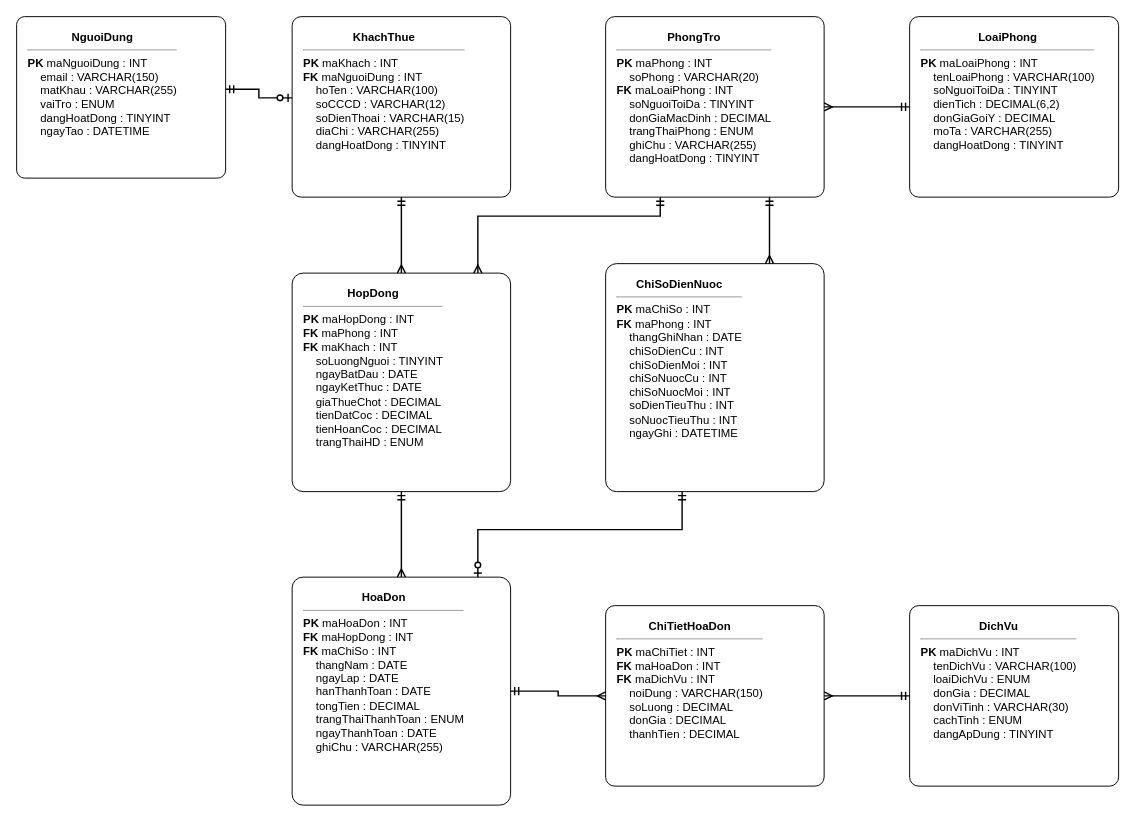
hai281104/TTCN_PhongTro keeps this draw.io diagram as quan_ly_nha_tro_erd.drawio. Above is the earlier version. Source tidied: cells renumbered, new cells numbered last; positions are measured from the earlier drawing's top-left corner, leaving out a move shared by most shapes. Both pictures are drawn from the tidied source at 95%, with x=0, y=0 at pixel (16, 16).
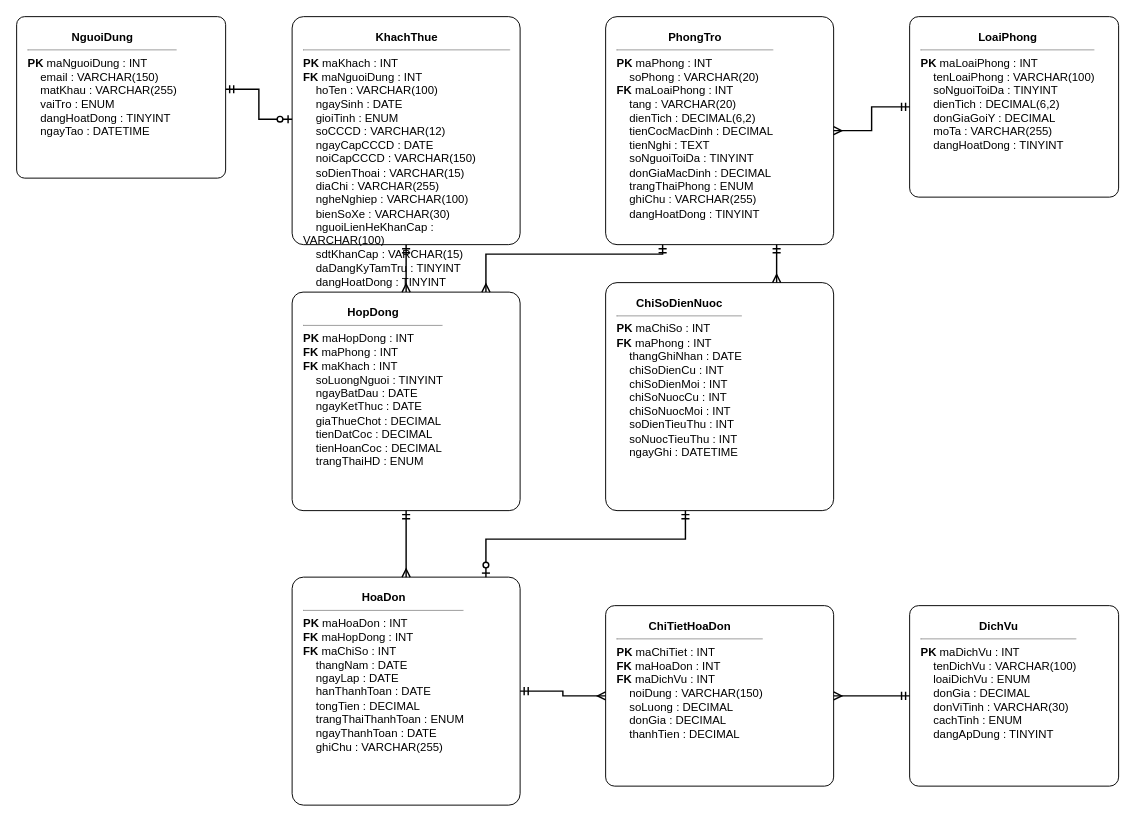
The same diagram, later.

Diff of the diagram source:
```diff
@@
-    <mxCell id="3" value="&lt;center&gt;&lt;b&gt;KhachThue&lt;/b&gt;&lt;/center&gt;&lt;hr size=&quot;1&quot;/&gt;&lt;b&gt;PK&lt;/b&gt; maKhach : INT&lt;br/&gt;&lt;b&gt;FK&lt;/b&gt; maNguoiDung : INT&lt;br/&gt;&amp;nbsp;&amp;nbsp;&amp;nbsp;&amp;nbsp;hoTen : VARCHAR(100)&lt;br/&gt;&amp;nbsp;&amp;nbsp;&amp;nbsp;&amp;nbsp;soCCCD : VARCHAR(12)&lt;br/&gt;&amp;nbsp;&amp;nbsp;&amp;nbsp;&amp;nbsp;soDienThoai : VARCHAR(15)&lt;br/&gt;&amp;nbsp;&amp;nbsp;&amp;nbsp;&amp;nbsp;diaChi : VARCHAR(255)&lt;br/&gt;&amp;nbsp;&amp;nbsp;&amp;nbsp;&amp;nbsp;dangHoatDong : TINYINT" style="rounded=1;arcSize=5;whiteSpace=wrap;html=1;align=left;verticalAlign=top;fillColor=#ffffff;strokeColor=#000000;strokeWidth=1;spacingLeft=10;spacingRight=10;spacingTop=8;spacingBottom=8;" parent="1" vertex="1">
-      <mxGeometry x="290" width="230" height="190" as="geometry" />
+    <mxCell id="3" value="&lt;center&gt;&lt;b&gt;KhachThue&lt;/b&gt;&lt;/center&gt;&lt;hr size=&quot;1&quot;/&gt;&lt;b&gt;PK&lt;/b&gt; maKhach : INT&lt;br/&gt;&lt;b&gt;FK&lt;/b&gt; maNguoiDung : INT&lt;br/&gt;&amp;nbsp;&amp;nbsp;&amp;nbsp;&amp;nbsp;hoTen : VARCHAR(100)&lt;br/&gt;&amp;nbsp;&amp;nbsp;&amp;nbsp;&amp;nbsp;ngaySinh : DATE&lt;br/&gt;&amp;nbsp;&amp;nbsp;&amp;nbsp;&amp;nbsp;gioiTinh : ENUM&lt;br/&gt;&amp;nbsp;&amp;nbsp;&amp;nbsp;&amp;nbsp;soCCCD : VARCHAR(12)&lt;br/&gt;&amp;nbsp;&amp;nbsp;&amp;nbsp;&amp;nbsp;ngayCapCCCD : DATE&lt;br/&gt;&amp;nbsp;&amp;nbsp;&amp;nbsp;&amp;nbsp;noiCapCCCD : VARCHAR(150)&lt;br/&gt;&amp;nbsp;&amp;nbsp;&amp;nbsp;&amp;nbsp;soDienThoai : VARCHAR(15)&lt;br/&gt;&amp;nbsp;&amp;nbsp;&amp;nbsp;&amp;nbsp;diaChi : VARCHAR(255)&lt;br/&gt;&amp;nbsp;&amp;nbsp;&amp;nbsp;&amp;nbsp;ngheNghiep : VARCHAR(100)&lt;br/&gt;&amp;nbsp;&amp;nbsp;&amp;nbsp;&amp;nbsp;bienSoXe : VARCHAR(30)&lt;br/&gt;&amp;nbsp;&amp;nbsp;&amp;nbsp;&amp;nbsp;nguoiLienHeKhanCap : VARCHAR(100)&lt;br/&gt;&amp;nbsp;&amp;nbsp;&amp;nbsp;&amp;nbsp;sdtKhanCap : VARCHAR(15)&lt;br/&gt;&amp;nbsp;&amp;nbsp;&amp;nbsp;&amp;nbsp;daDangKyTamTru : TINYINT&lt;br/&gt;&amp;nbsp;&amp;nbsp;&amp;nbsp;&amp;nbsp;dangHoatDong : TINYINT" style="rounded=1;arcSize=5;whiteSpace=wrap;html=1;align=left;verticalAlign=top;fillColor=#ffffff;strokeColor=#000000;strokeWidth=1;spacingLeft=10;spacingRight=10;spacingTop=8;spacingBottom=8;" parent="1" vertex="1">
+      <mxGeometry x="290" width="240" height="240" as="geometry" />
     </mxCell>
-    <mxCell id="4" value="&lt;center&gt;&lt;b&gt;PhongTro&lt;/b&gt;&lt;/center&gt;&lt;hr size=&quot;1&quot;/&gt;&lt;b&gt;PK&lt;/b&gt; maPhong : INT&lt;br/&gt;&amp;nbsp;&amp;nbsp;&amp;nbsp;&amp;nbsp;soPhong : VARCHAR(20)&lt;br/&gt;&lt;b&gt;FK&lt;/b&gt; maLoaiPhong : INT&lt;br/&gt;&amp;nbsp;&amp;nbsp;&amp;nbsp;&amp;nbsp;soNguoiToiDa : TINYINT&lt;br/&gt;&amp;nbsp;&amp;nbsp;&amp;nbsp;&amp;nbsp;donGiaMacDinh : DECIMAL&lt;br/&gt;&amp;nbsp;&amp;nbsp;&amp;nbsp;&amp;nbsp;trangThaiPhong : ENUM&lt;br/&gt;&amp;nbsp;&amp;nbsp;&amp;nbsp;&amp;nbsp;ghiChu : VARCHAR(255)&lt;br/&gt;&amp;nbsp;&amp;nbsp;&amp;nbsp;&amp;nbsp;dangHoatDong : TINYINT" style="rounded=1;arcSize=5;whiteSpace=wrap;html=1;align=left;verticalAlign=top;fillColor=#ffffff;strokeColor=#000000;strokeWidth=1;spacingLeft=10;spacingRight=10;spacingTop=8;spacingBottom=8;" parent="1" vertex="1">
-      <mxGeometry x="620" width="230" height="190" as="geometry" />
+    <mxCell id="4" value="&lt;center&gt;&lt;b&gt;PhongTro&lt;/b&gt;&lt;/center&gt;&lt;hr size=&quot;1&quot;/&gt;&lt;b&gt;PK&lt;/b&gt; maPhong : INT&lt;br/&gt;&amp;nbsp;&amp;nbsp;&amp;nbsp;&amp;nbsp;soPhong : VARCHAR(20)&lt;br/&gt;&lt;b&gt;FK&lt;/b&gt; maLoaiPhong : INT&lt;br/&gt;&amp;nbsp;&amp;nbsp;&amp;nbsp;&amp;nbsp;tang : VARCHAR(20)&lt;br/&gt;&amp;nbsp;&amp;nbsp;&amp;nbsp;&amp;nbsp;dienTich : DECIMAL(6,2)&lt;br/&gt;&amp;nbsp;&amp;nbsp;&amp;nbsp;&amp;nbsp;tienCocMacDinh : DECIMAL&lt;br/&gt;&amp;nbsp;&amp;nbsp;&amp;nbsp;&amp;nbsp;tienNghi : TEXT&lt;br/&gt;&amp;nbsp;&amp;nbsp;&amp;nbsp;&amp;nbsp;soNguoiToiDa : TINYINT&lt;br/&gt;&amp;nbsp;&amp;nbsp;&amp;nbsp;&amp;nbsp;donGiaMacDinh : DECIMAL&lt;br/&gt;&amp;nbsp;&amp;nbsp;&amp;nbsp;&amp;nbsp;trangThaiPhong : ENUM&lt;br/&gt;&amp;nbsp;&amp;nbsp;&amp;nbsp;&amp;nbsp;ghiChu : VARCHAR(255)&lt;br/&gt;&amp;nbsp;&amp;nbsp;&amp;nbsp;&amp;nbsp;dangHoatDong : TINYINT" style="rounded=1;arcSize=5;whiteSpace=wrap;html=1;align=left;verticalAlign=top;fillColor=#ffffff;strokeColor=#000000;strokeWidth=1;spacingLeft=10;spacingRight=10;spacingTop=8;spacingBottom=8;" parent="1" vertex="1">
+      <mxGeometry x="620" width="240" height="240" as="geometry" />
     </mxCell>
@@
     <mxCell id="6" value="&lt;center&gt;&lt;b&gt;HopDong&lt;/b&gt;&lt;/center&gt;&lt;hr size=&quot;1&quot;/&gt;&lt;b&gt;PK&lt;/b&gt; maHopDong : INT&lt;br/&gt;&lt;b&gt;FK&lt;/b&gt; maPhong : INT&lt;br/&gt;&lt;b&gt;FK&lt;/b&gt; maKhach : INT&lt;br/&gt;&amp;nbsp;&amp;nbsp;&amp;nbsp;&amp;nbsp;soLuongNguoi : TINYINT&lt;br/&gt;&amp;nbsp;&amp;nbsp;&amp;nbsp;&amp;nbsp;ngayBatDau : DATE&lt;br/&gt;&amp;nbsp;&amp;nbsp;&amp;nbsp;&amp;nbsp;ngayKetThuc : DATE&lt;br/&gt;&amp;nbsp;&amp;nbsp;&amp;nbsp;&amp;nbsp;giaThueChot : DECIMAL&lt;br/&gt;&amp;nbsp;&amp;nbsp;&amp;nbsp;&amp;nbsp;tienDatCoc : DECIMAL&lt;br/&gt;&amp;nbsp;&amp;nbsp;&amp;nbsp;&amp;nbsp;tienHoanCoc : DECIMAL&lt;br/&gt;&amp;nbsp;&amp;nbsp;&amp;nbsp;&amp;nbsp;trangThaiHD : ENUM" style="rounded=1;arcSize=5;whiteSpace=wrap;html=1;align=left;verticalAlign=top;fillColor=#ffffff;strokeColor=#000000;strokeWidth=1;spacingLeft=10;spacingRight=10;spacingTop=8;spacingBottom=8;" parent="1" vertex="1">
-      <mxGeometry x="290" y="270" width="230" height="230" as="geometry" />
+      <mxGeometry x="290" y="290" width="240" height="230" as="geometry" />
     </mxCell>
     <mxCell id="7" value="&lt;center&gt;&lt;b&gt;ChiSoDienNuoc&lt;/b&gt;&lt;/center&gt;&lt;hr size=&quot;1&quot;/&gt;&lt;b&gt;PK&lt;/b&gt; maChiSo : INT&lt;br/&gt;&lt;b&gt;FK&lt;/b&gt; maPhong : INT&lt;br/&gt;&amp;nbsp;&amp;nbsp;&amp;nbsp;&amp;nbsp;thangGhiNhan : DATE&lt;br/&gt;&amp;nbsp;&amp;nbsp;&amp;nbsp;&amp;nbsp;chiSoDienCu : INT&lt;br/&gt;&amp;nbsp;&amp;nbsp;&amp;nbsp;&amp;nbsp;chiSoDienMoi : INT&lt;br/&gt;&amp;nbsp;&amp;nbsp;&amp;nbsp;&amp;nbsp;chiSoNuocCu : INT&lt;br/&gt;&amp;nbsp;&amp;nbsp;&amp;nbsp;&amp;nbsp;chiSoNuocMoi : INT&lt;br/&gt;&amp;nbsp;&amp;nbsp;&amp;nbsp;&amp;nbsp;soDienTieuThu : INT&lt;br/&gt;&amp;nbsp;&amp;nbsp;&amp;nbsp;&amp;nbsp;soNuocTieuThu : INT&lt;br/&gt;&amp;nbsp;&amp;nbsp;&amp;nbsp;&amp;nbsp;ngayGhi : DATETIME" style="rounded=1;arcSize=5;whiteSpace=wrap;html=1;align=left;verticalAlign=top;fillColor=#ffffff;strokeColor=#000000;strokeWidth=1;spacingLeft=10;spacingRight=10;spacingTop=8;spacingBottom=8;" parent="1" vertex="1">
-      <mxGeometry x="620" y="260" width="230" height="240" as="geometry" />
+      <mxGeometry x="620" y="280" width="240" height="240" as="geometry" />
     </mxCell>
     <mxCell id="8" value="&lt;center&gt;&lt;b&gt;HoaDon&lt;/b&gt;&lt;/center&gt;&lt;hr size=&quot;1&quot;/&gt;&lt;b&gt;PK&lt;/b&gt; maHoaDon : INT&lt;br/&gt;&lt;b&gt;FK&lt;/b&gt; maHopDong : INT&lt;br/&gt;&lt;b&gt;FK&lt;/b&gt; maChiSo : INT&lt;br/&gt;&amp;nbsp;&amp;nbsp;&amp;nbsp;&amp;nbsp;thangNam : DATE&lt;br/&gt;&amp;nbsp;&amp;nbsp;&amp;nbsp;&amp;nbsp;ngayLap : DATE&lt;br/&gt;&amp;nbsp;&amp;nbsp;&amp;nbsp;&amp;nbsp;hanThanhToan : DATE&lt;br/&gt;&amp;nbsp;&amp;nbsp;&amp;nbsp;&amp;nbsp;tongTien : DECIMAL&lt;br/&gt;&amp;nbsp;&amp;nbsp;&amp;nbsp;&amp;nbsp;trangThaiThanhToan : ENUM&lt;br/&gt;&amp;nbsp;&amp;nbsp;&amp;nbsp;&amp;nbsp;ngayThanhToan : DATE&lt;br/&gt;&amp;nbsp;&amp;nbsp;&amp;nbsp;&amp;nbsp;ghiChu : VARCHAR(255)" style="rounded=1;arcSize=5;whiteSpace=wrap;html=1;align=left;verticalAlign=top;fillColor=#ffffff;strokeColor=#000000;strokeWidth=1;spacingLeft=10;spacingRight=10;spacingTop=8;spacingBottom=8;" parent="1" vertex="1">
-      <mxGeometry x="290" y="590" width="230" height="240" as="geometry" />
+      <mxGeometry x="290" y="590" width="240" height="240" as="geometry" />
     </mxCell>
     <mxCell id="9" value="&lt;center&gt;&lt;b&gt;ChiTietHoaDon&lt;/b&gt;&lt;/center&gt;&lt;hr size=&quot;1&quot;/&gt;&lt;b&gt;PK&lt;/b&gt; maChiTiet : INT&lt;br/&gt;&lt;b&gt;FK&lt;/b&gt; maHoaDon : INT&lt;br/&gt;&lt;b&gt;FK&lt;/b&gt; maDichVu : INT&lt;br/&gt;&amp;nbsp;&amp;nbsp;&amp;nbsp;&amp;nbsp;noiDung : VARCHAR(150)&lt;br/&gt;&amp;nbsp;&amp;nbsp;&amp;nbsp;&amp;nbsp;soLuong : DECIMAL&lt;br/&gt;&amp;nbsp;&amp;nbsp;&amp;nbsp;&amp;nbsp;donGia : DECIMAL&lt;br/&gt;&amp;nbsp;&amp;nbsp;&amp;nbsp;&amp;nbsp;thanhTien : DECIMAL" style="rounded=1;arcSize=5;whiteSpace=wrap;html=1;align=left;verticalAlign=top;fillColor=#ffffff;strokeColor=#000000;strokeWidth=1;spacingLeft=10;spacingRight=10;spacingTop=8;spacingBottom=8;" parent="1" vertex="1">
-      <mxGeometry x="620" y="620" width="230" height="190" as="geometry" />
+      <mxGeometry x="620" y="620" width="240" height="190" as="geometry" />
     </mxCell>
@@
     <mxCell id="13" style="edgeStyle=orthogonalEdgeStyle;rounded=0;jettySize=auto;html=1;exitX=0.25;exitY=1;exitDx=0;exitDy=0;entryX=0.85;entryY=0;entryDx=0;entryDy=0;startArrow=ERmandOne;endArrow=ERmany;strokeWidth=1.5;strokeColor=#000000;" parent="1" edge="1" source="4" target="6">
       <mxGeometry relative="1" as="geometry">
         <Array as="points">
-          <mxPoint x="678" y="210" />
-          <mxPoint x="486" y="210" />
+          <mxPoint x="680" y="250" />
+          <mxPoint x="494" y="250" />
         </Array>
       </mxGeometry>
     </mxCell>
@@
     <mxCell id="17" style="edgeStyle=orthogonalEdgeStyle;rounded=0;jettySize=auto;html=1;exitX=0.35;exitY=1;exitDx=0;exitDy=0;entryX=0.85;entryY=0;entryDx=0;entryDy=0;startArrow=ERmandOne;endArrow=ERzeroToOne;strokeWidth=1.5;strokeColor=#000000;" parent="1" edge="1" source="7" target="8">
       <mxGeometry relative="1" as="geometry">
         <Array as="points">
-          <mxPoint x="701" y="540" />
-          <mxPoint x="486" y="540" />
+          <mxPoint x="704" y="550" />
+          <mxPoint x="494" y="550" />
         </Array>
       </mxGeometry>
     </mxCell>
```
